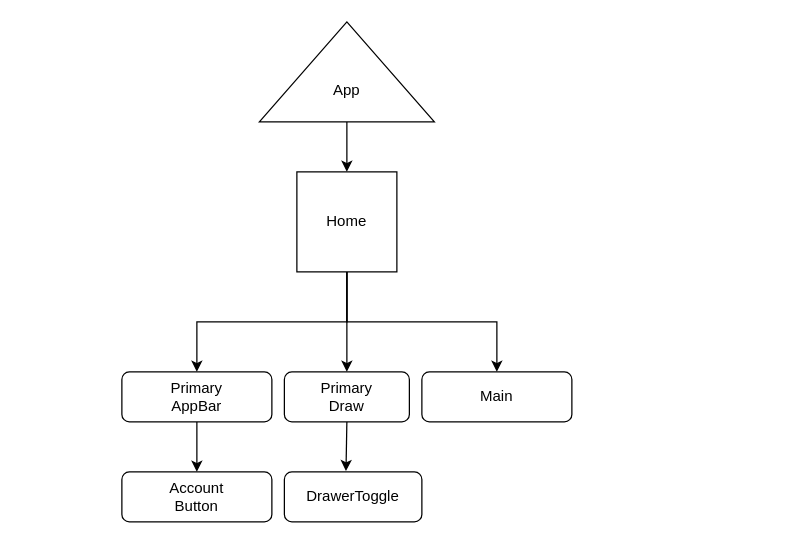
anthonynarine/rating-app keeps this draw.io diagram as component_tree.drawio. Above is the earlier version. Source tidied: cells renumbered, new cells numbered last; positions are measured from the earlier drawing's top-left corner, leaving out a move shared by most shapes. Both pictures are drawn from the tidied source at 125%, with x=0, y=0 at pixel (121, 21).
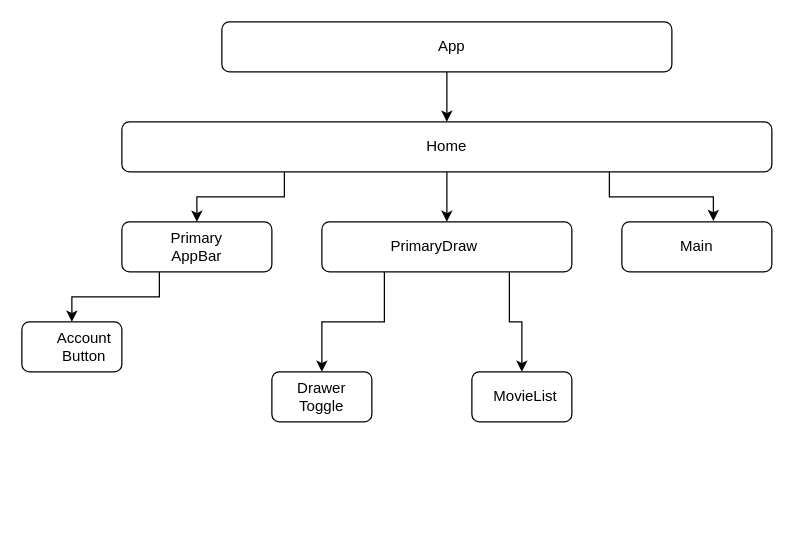
After the change.

Diff of the diagram source:
```diff
@@
-    <mxCell id="2" style="edgeStyle=orthogonalEdgeStyle;rounded=0;jettySize=auto;html=1;exitX=0;exitY=0.5;exitDx=0;exitDy=0;entryX=0.5;entryY=0;entryDx=0;entryDy=0;" parent="1" edge="1" source="3" target="8">
-      <mxGeometry relative="1" as="geometry" />
-    </mxCell>
-    <mxCell id="3" style="triangle;whiteSpace=wrap;html=1;direction=north;" parent="1" vertex="1">
-      <mxGeometry x="110" width="140" height="80" as="geometry" />
-    </mxCell>
-    <mxCell id="4" value="App" style="text;html=1;strokeColor=none;fillColor=none;align=center;verticalAlign=middle;whiteSpace=wrap;rounded=0;" parent="1" vertex="1">
-      <mxGeometry x="150" y="40" width="60" height="30" as="geometry" />
-    </mxCell>
-    <mxCell id="5" style="edgeStyle=orthogonalEdgeStyle;rounded=0;jettySize=auto;html=1;exitX=0.5;exitY=1;exitDx=0;exitDy=0;entryX=0.5;entryY=0;entryDx=0;entryDy=0;" parent="1" edge="1" source="8" target="11">
-      <mxGeometry relative="1" as="geometry" />
-    </mxCell>
-    <mxCell id="6" style="edgeStyle=orthogonalEdgeStyle;rounded=0;jettySize=auto;html=1;exitX=0.5;exitY=1;exitDx=0;exitDy=0;entryX=0.5;entryY=0;entryDx=0;entryDy=0;" parent="1" edge="1" source="8" target="16">
-      <mxGeometry relative="1" as="geometry" />
-    </mxCell>
-    <mxCell id="7" style="edgeStyle=orthogonalEdgeStyle;rounded=0;jettySize=auto;html=1;exitX=0.5;exitY=1;exitDx=0;exitDy=0;entryX=0.5;entryY=0;entryDx=0;entryDy=0;" parent="1" edge="1" source="8" target="14">
-      <mxGeometry relative="1" as="geometry" />
-    </mxCell>
-    <mxCell id="8" style="whiteSpace=wrap;html=1;" parent="1" vertex="1">
-      <mxGeometry x="140" y="120" width="80" height="80" as="geometry" />
-    </mxCell>
-    <mxCell id="9" value="Home" style="text;html=1;strokeColor=none;fillColor=none;align=center;verticalAlign=middle;whiteSpace=wrap;rounded=0;" parent="1" vertex="1">
-      <mxGeometry x="150" y="145" width="60" height="30" as="geometry" />
-    </mxCell>
-    <mxCell id="10" style="edgeStyle=orthogonalEdgeStyle;rounded=0;jettySize=auto;html=1;exitX=0.5;exitY=1;exitDx=0;exitDy=0;entryX=0.5;entryY=0;entryDx=0;entryDy=0;" parent="1" edge="1" source="11" target="18">
+    <mxCell id="10" style="edgeStyle=orthogonalEdgeStyle;rounded=0;jettySize=auto;html=1;exitX=0.25;exitY=1;exitDx=0;exitDy=0;entryX=0.5;entryY=0;entryDx=0;entryDy=0;" parent="1" edge="1" source="11" target="18">
       <mxGeometry relative="1" as="geometry" />
     </mxCell>
     <mxCell id="11" style="rounded=1;whiteSpace=wrap;html=1;" parent="1" vertex="1">
-      <mxGeometry y="280" width="120" height="40" as="geometry" />
+      <mxGeometry y="160" width="120" height="40" as="geometry" />
     </mxCell>
     <mxCell id="12" value="Primary&lt;br&gt;AppBar" style="text;html=1;strokeColor=none;fillColor=none;align=center;verticalAlign=middle;whiteSpace=wrap;rounded=0;" parent="1" vertex="1">
-      <mxGeometry x="30" y="285" width="60" height="30" as="geometry" />
+      <mxGeometry x="30" y="165" width="60" height="30" as="geometry" />
     </mxCell>
-    <mxCell id="13" style="edgeStyle=orthogonalEdgeStyle;rounded=0;jettySize=auto;html=1;exitX=0.5;exitY=1;exitDx=0;exitDy=0;entryX=0.448;entryY=-0.015;entryDx=0;entryDy=0;entryPerimeter=0;" parent="1" edge="1" source="14" target="20">
+    <mxCell id="13" style="edgeStyle=orthogonalEdgeStyle;rounded=0;jettySize=auto;html=1;exitX=0.25;exitY=1;exitDx=0;exitDy=0;entryX=0.5;entryY=0;entryDx=0;entryDy=0;" parent="1" edge="1" source="14" target="20">
       <mxGeometry relative="1" as="geometry" />
     </mxCell>
+    <mxCell id="22" style="edgeStyle=orthogonalEdgeStyle;rounded=0;jettySize=auto;html=1;exitX=0.75;exitY=1;exitDx=0;exitDy=0;entryX=0.5;entryY=0;entryDx=0;entryDy=0;" parent="1" edge="1" source="14" target="30">
+      <mxGeometry relative="1" as="geometry" />
+    </mxCell>
     <mxCell id="14" style="rounded=1;whiteSpace=wrap;html=1;" parent="1" vertex="1">
-      <mxGeometry x="130" y="280" width="100" height="40" as="geometry" />
+      <mxGeometry x="160" y="160" width="200" height="40" as="geometry" />
     </mxCell>
-    <mxCell id="15" value="Primary&lt;br&gt;Draw" style="text;html=1;strokeColor=none;fillColor=none;align=center;verticalAlign=middle;whiteSpace=wrap;rounded=0;" parent="1" vertex="1">
-      <mxGeometry x="150" y="285" width="60" height="30" as="geometry" />
-    </mxCell>
     <mxCell id="16" style="rounded=1;whiteSpace=wrap;html=1;" parent="1" vertex="1">
-      <mxGeometry x="240" y="280" width="120" height="40" as="geometry" />
+      <mxGeometry x="400" y="160" width="120" height="40" as="geometry" />
     </mxCell>
     <mxCell id="17" value="Main" style="text;html=1;strokeColor=none;fillColor=none;align=center;verticalAlign=middle;whiteSpace=wrap;rounded=0;" parent="1" vertex="1">
-      <mxGeometry x="270" y="285" width="60" height="30" as="geometry" />
+      <mxGeometry x="430" y="165" width="60" height="30" as="geometry" />
     </mxCell>
     <mxCell id="18" style="rounded=1;whiteSpace=wrap;html=1;" parent="1" vertex="1">
-      <mxGeometry y="360" width="120" height="40" as="geometry" />
+      <mxGeometry x="-80" y="240" width="80" height="40" as="geometry" />
     </mxCell>
     <mxCell id="19" value="Account Button" style="text;html=1;strokeColor=none;fillColor=none;align=center;verticalAlign=middle;whiteSpace=wrap;rounded=0;" parent="1" vertex="1">
-      <mxGeometry x="30" y="365" width="60" height="30" as="geometry" />
+      <mxGeometry x="-60" y="245" width="60" height="30" as="geometry" />
     </mxCell>
     <mxCell id="20" style="rounded=1;whiteSpace=wrap;html=1;" parent="1" vertex="1">
-      <mxGeometry x="130" y="360" width="110" height="40" as="geometry" />
+      <mxGeometry x="120" y="280" width="80" height="40" as="geometry" />
     </mxCell>
-    <mxCell id="21" value="DrawerToggle" style="text;html=1;strokeColor=none;fillColor=none;align=center;verticalAlign=middle;whiteSpace=wrap;rounded=0;" parent="1" vertex="1">
-      <mxGeometry x="155" y="365" width="60" height="30" as="geometry" />
+    <mxCell id="21" value="Drawer&lt;br&gt;Toggle" style="text;html=1;strokeColor=none;fillColor=none;align=center;verticalAlign=middle;whiteSpace=wrap;rounded=0;" parent="1" vertex="1">
+      <mxGeometry x="130" y="285" width="60" height="30" as="geometry" />
     </mxCell>
+    <mxCell id="23" style="edgeStyle=orthogonalEdgeStyle;rounded=0;jettySize=auto;html=1;exitX=0.5;exitY=1;exitDx=0;exitDy=0;entryX=0.5;entryY=0;entryDx=0;entryDy=0;" parent="1" edge="1" source="24" target="28">
+      <mxGeometry relative="1" as="geometry" />
+    </mxCell>
+    <mxCell id="24" style="rounded=1;whiteSpace=wrap;html=1;" parent="1" vertex="1">
+      <mxGeometry x="80" width="360" height="40" as="geometry" />
+    </mxCell>
+    <mxCell id="4" value="App" style="text;html=1;strokeColor=none;fillColor=none;align=center;verticalAlign=middle;whiteSpace=wrap;rounded=0;" parent="1" vertex="1">
+      <mxGeometry x="234" y="5" width="60" height="30" as="geometry" />
+    </mxCell>
+    <mxCell id="25" style="edgeStyle=orthogonalEdgeStyle;rounded=0;jettySize=auto;html=1;exitX=0.5;exitY=1;exitDx=0;exitDy=0;entryX=0.5;entryY=0;entryDx=0;entryDy=0;" parent="1" edge="1" source="28" target="14">
+      <mxGeometry relative="1" as="geometry" />
+    </mxCell>
+    <mxCell id="26" style="edgeStyle=orthogonalEdgeStyle;rounded=0;jettySize=auto;html=1;exitX=0.25;exitY=1;exitDx=0;exitDy=0;entryX=0.5;entryY=0;entryDx=0;entryDy=0;" parent="1" edge="1" source="28" target="11">
+      <mxGeometry relative="1" as="geometry" />
+    </mxCell>
+    <mxCell id="27" style="edgeStyle=orthogonalEdgeStyle;rounded=0;jettySize=auto;html=1;exitX=0.75;exitY=1;exitDx=0;exitDy=0;entryX=0.61;entryY=-0.015;entryDx=0;entryDy=0;entryPerimeter=0;" parent="1" edge="1" source="28" target="16">
+      <mxGeometry relative="1" as="geometry" />
+    </mxCell>
+    <mxCell id="28" style="rounded=1;whiteSpace=wrap;html=1;" parent="1" vertex="1">
+      <mxGeometry y="80" width="520" height="40" as="geometry" />
+    </mxCell>
+    <mxCell id="9" value="Home" style="text;html=1;strokeColor=none;fillColor=none;align=center;verticalAlign=middle;whiteSpace=wrap;rounded=0;" parent="1" vertex="1">
+      <mxGeometry x="230" y="85" width="60" height="30" as="geometry" />
+    </mxCell>
+    <mxCell id="29" value="PrimaryDraw" style="text;html=1;strokeColor=none;fillColor=none;align=center;verticalAlign=middle;whiteSpace=wrap;rounded=0;" parent="1" vertex="1">
+      <mxGeometry x="220" y="165" width="60" height="30" as="geometry" />
+    </mxCell>
+    <mxCell id="30" style="rounded=1;whiteSpace=wrap;html=1;" parent="1" vertex="1">
+      <mxGeometry x="280" y="280" width="80" height="40" as="geometry" />
+    </mxCell>
+    <mxCell id="31" value="MovieList" style="text;html=1;strokeColor=none;fillColor=none;align=center;verticalAlign=middle;whiteSpace=wrap;rounded=0;" parent="1" vertex="1">
+      <mxGeometry x="293" y="285" width="60" height="30" as="geometry" />
+    </mxCell>
```
